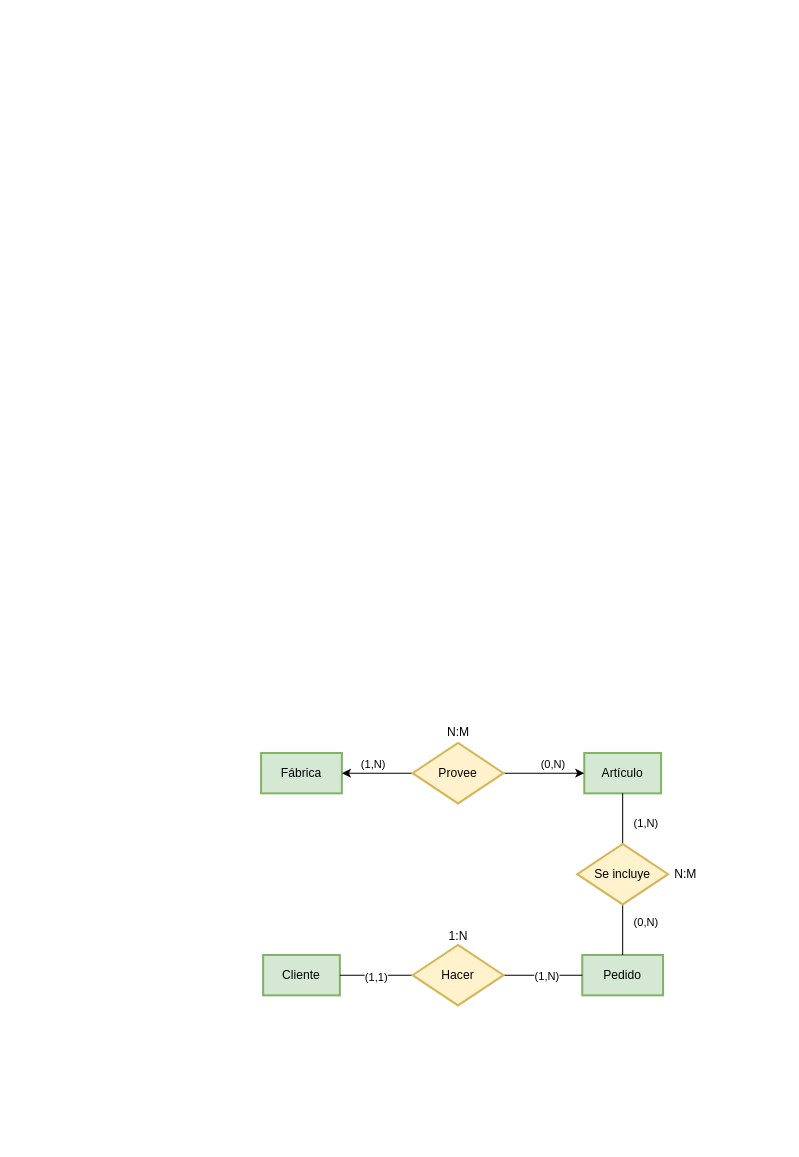
Earlier version of the draw.io diagram Sistema de Artículos - Encargos.drawio (Carball04/Trabajos-E-R). Source tidied: cells renumbered, new cells numbered last; positions are measured from the earlier drawing's top-left corner, leaving out a move shared by most shapes. Both pictures are drawn from the tidied source at 101%, with x=0, y=0 at pixel (261, 717).
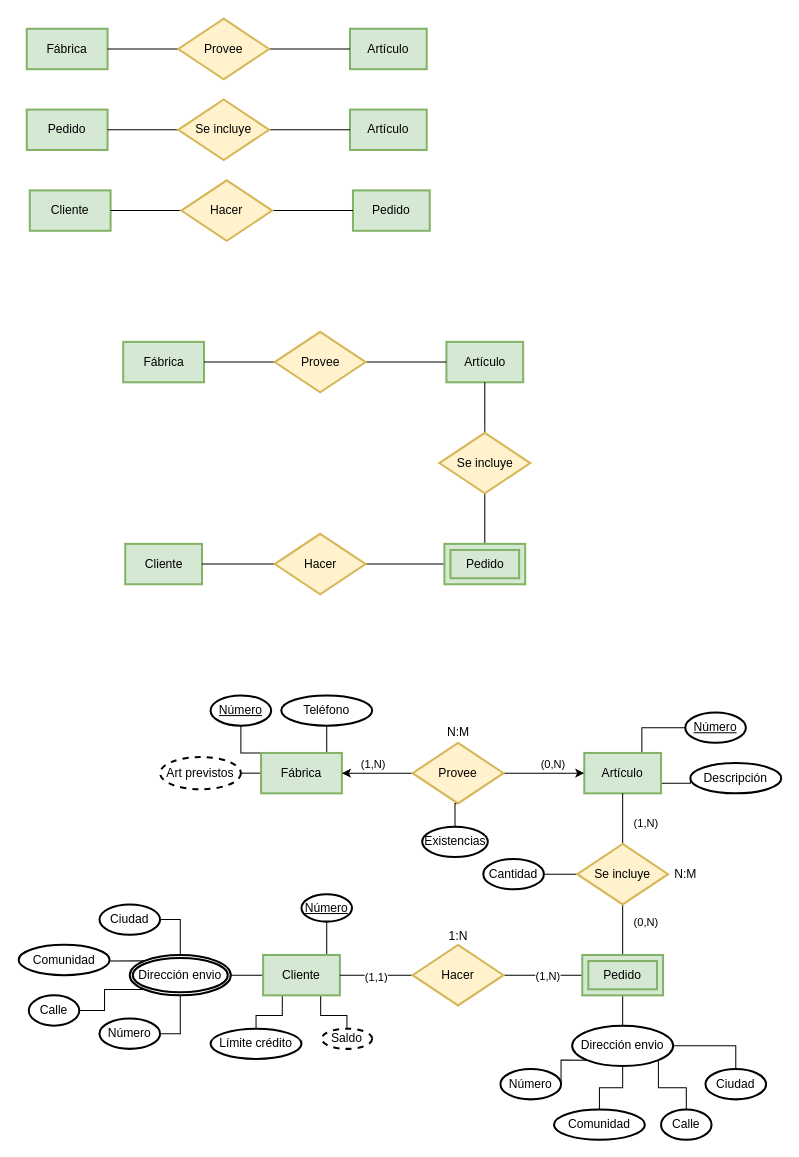
The same diagram, later.

The change refers to these unchanged cells:
```xml
<mxCell id="2" value="Fábrica" style="whiteSpace=wrap;html=1;align=center;fillColor=#d5e8d4;strokeColor=#82b366;strokeWidth=2;" parent="1" vertex="1">
  <mxGeometry y="35" width="80" height="40" as="geometry" />
</mxCell>
<mxCell id="3" value="Artículo" style="whiteSpace=wrap;html=1;align=center;fillColor=#d5e8d4;strokeColor=#82b366;strokeWidth=2;" parent="1" vertex="1">
  <mxGeometry x="320" y="35" width="76" height="40" as="geometry" />
</mxCell>
<mxCell id="8" value="Provee" style="shape=rhombus;perimeter=rhombusPerimeter;whiteSpace=wrap;html=1;align=center;fillColor=#fff2cc;strokeColor=#d6b656;strokeWidth=2;" parent="1" vertex="1">
  <mxGeometry x="150" y="25" width="90" height="60" as="geometry" />
</mxCell>
<mxCell id="15" value="Se incluye" style="shape=rhombus;perimeter=rhombusPerimeter;whiteSpace=wrap;html=1;align=center;fillColor=#fff2cc;strokeColor=#d6b656;strokeWidth=2;" parent="1" vertex="1">
  <mxGeometry x="313" y="125" width="90" height="60" as="geometry" />
</mxCell>
<mxCell id="17" value="Cliente" style="whiteSpace=wrap;html=1;align=center;fillColor=#d5e8d4;strokeColor=#82b366;strokeWidth=2;" parent="1" vertex="1">
  <mxGeometry x="2" y="235" width="76" height="40" as="geometry" />
</mxCell>
<mxCell id="22" value="Hacer" style="shape=rhombus;perimeter=rhombusPerimeter;whiteSpace=wrap;html=1;align=center;fillColor=#fff2cc;strokeColor=#d6b656;strokeWidth=2;" parent="1" vertex="1">
  <mxGeometry x="150" y="225" width="90" height="60" as="geometry" />
</mxCell>
```

Diff of the diagram source:
```diff
@@
+    <mxCell id="24" style="edgeStyle=orthogonalEdgeStyle;rounded=0;jettySize=auto;html=1;exitX=0;exitY=0.5;exitDx=0;exitDy=0;entryX=1;entryY=0.5;entryDx=0;entryDy=0;endArrow=none;endFill=0;" parent="1" edge="1" source="2" target="90">
+      <mxGeometry relative="1" as="geometry" />
+    </mxCell>
+    <mxCell id="25" style="edgeStyle=orthogonalEdgeStyle;rounded=0;jettySize=auto;html=1;exitX=0;exitY=0;exitDx=0;exitDy=0;entryX=0.5;entryY=1;entryDx=0;entryDy=0;endArrow=none;endFill=0;" parent="1" edge="1" source="2" target="91">
+      <mxGeometry relative="1" as="geometry" />
+    </mxCell>
+    <mxCell id="26" style="edgeStyle=orthogonalEdgeStyle;rounded=0;jettySize=auto;html=1;exitX=0.75;exitY=0;exitDx=0;exitDy=0;entryX=0.5;entryY=1;entryDx=0;entryDy=0;endArrow=none;endFill=0;" parent="1" edge="1" source="2" target="92">
+      <mxGeometry relative="1" as="geometry" />
+    </mxCell>
@@
+    <mxCell id="27" style="edgeStyle=orthogonalEdgeStyle;rounded=0;jettySize=auto;html=1;exitX=0.75;exitY=0;exitDx=0;exitDy=0;entryX=0;entryY=0.5;entryDx=0;entryDy=0;endArrow=none;endFill=0;" parent="1" edge="1" source="3" target="87">
+      <mxGeometry relative="1" as="geometry" />
+    </mxCell>
+    <mxCell id="28" style="edgeStyle=orthogonalEdgeStyle;rounded=0;jettySize=auto;html=1;exitX=1;exitY=0.75;exitDx=0;exitDy=0;entryX=0;entryY=0.5;entryDx=0;entryDy=0;endArrow=none;endFill=0;" parent="1" edge="1" source="3" target="88">
+      <mxGeometry relative="1" as="geometry" />
+    </mxCell>
@@
+    <mxCell id="29" style="edgeStyle=orthogonalEdgeStyle;rounded=0;jettySize=auto;html=1;exitX=0.5;exitY=1;exitDx=0;exitDy=0;entryX=0.5;entryY=0;entryDx=0;entryDy=0;endArrow=none;endFill=0;" parent="1" edge="1" source="8" target="89">
+      <mxGeometry relative="1" as="geometry" />
+    </mxCell>
@@
-    <mxCell id="10" value="Pedido" style="whiteSpace=wrap;html=1;align=center;fillColor=#d5e8d4;strokeColor=#82b366;strokeWidth=2;" parent="1" vertex="1">
-      <mxGeometry x="318" y="235" width="80" height="40" as="geometry" />
-    </mxCell>
@@
-    <mxCell id="13" style="edgeStyle=orthogonalEdgeStyle;rounded=0;jettySize=auto;html=1;exitX=0.5;exitY=1;exitDx=0;exitDy=0;entryX=0.5;entryY=0;entryDx=0;entryDy=0;endArrow=none;endFill=0;" parent="1" edge="1" source="15" target="10">
+    <mxCell id="13" style="edgeStyle=orthogonalEdgeStyle;rounded=0;jettySize=auto;html=1;exitX=0.5;exitY=1;exitDx=0;exitDy=0;entryX=0.5;entryY=0;entryDx=0;entryDy=0;endArrow=none;endFill=0;" parent="1" edge="1" source="15" target="36">
       <mxGeometry relative="1" as="geometry" />
     </mxCell>
@@
+    <mxCell id="30" style="edgeStyle=orthogonalEdgeStyle;rounded=0;jettySize=auto;html=1;exitX=0;exitY=0.5;exitDx=0;exitDy=0;entryX=1;entryY=0.5;entryDx=0;entryDy=0;endArrow=none;endFill=0;" parent="1" edge="1" source="15" target="86">
+      <mxGeometry relative="1" as="geometry" />
+    </mxCell>
@@
+    <mxCell id="31" style="edgeStyle=orthogonalEdgeStyle;rounded=0;jettySize=auto;html=1;exitX=0.75;exitY=1;exitDx=0;exitDy=0;entryX=0.5;entryY=0;entryDx=0;entryDy=0;endArrow=none;endFill=0;" parent="1" edge="1" source="17" target="65">
+      <mxGeometry relative="1" as="geometry" />
+    </mxCell>
+    <mxCell id="32" style="edgeStyle=orthogonalEdgeStyle;rounded=0;jettySize=auto;html=1;exitX=0.25;exitY=1;exitDx=0;exitDy=0;entryX=0.5;entryY=0;entryDx=0;entryDy=0;endArrow=none;endFill=0;" parent="1" edge="1" source="17" target="66">
+      <mxGeometry relative="1" as="geometry" />
+    </mxCell>
+    <mxCell id="33" style="edgeStyle=orthogonalEdgeStyle;rounded=0;jettySize=auto;html=1;exitX=0.75;exitY=0;exitDx=0;exitDy=0;entryX=0.5;entryY=1;entryDx=0;entryDy=0;endArrow=none;endFill=0;" parent="1" edge="1" source="17" target="67">
+      <mxGeometry relative="1" as="geometry" />
+    </mxCell>
+    <mxCell id="34" style="edgeStyle=orthogonalEdgeStyle;rounded=0;jettySize=auto;html=1;exitX=0;exitY=0.5;exitDx=0;exitDy=0;entryX=1;entryY=0.5;entryDx=0;entryDy=0;endArrow=none;endFill=0;" parent="1" edge="1" source="17" target="72">
+      <mxGeometry relative="1" as="geometry" />
+    </mxCell>
@@
-    <mxCell id="20" style="edgeStyle=orthogonalEdgeStyle;rounded=0;jettySize=auto;html=1;exitX=1;exitY=0.5;exitDx=0;exitDy=0;entryX=0;entryY=0.5;entryDx=0;entryDy=0;endArrow=none;endFill=0;" parent="1" edge="1" source="22" target="10">
-      <mxGeometry relative="1" as="geometry" />
+    <mxCell id="20" style="edgeStyle=orthogonalEdgeStyle;rounded=0;jettySize=auto;html=1;exitX=1;exitY=0.5;exitDx=0;exitDy=0;endArrow=none;endFill=0;" parent="1" edge="1" source="22">
+      <mxGeometry relative="1" as="geometry">
+        <mxPoint x="320" y="255" as="targetPoint" />
+      </mxGeometry>
     </mxCell>
@@
+    <mxCell id="35" style="edgeStyle=orthogonalEdgeStyle;rounded=0;jettySize=auto;html=1;exitX=0.5;exitY=1;exitDx=0;exitDy=0;entryX=0.5;entryY=0;entryDx=0;entryDy=0;endArrow=none;endFill=0;" parent="1" edge="1" source="36" target="81">
+      <mxGeometry relative="1" as="geometry" />
+    </mxCell>
+    <mxCell id="36" value="&lt;div&gt;Pedido&lt;/div&gt;" style="shape=ext;margin=3;double=1;whiteSpace=wrap;html=1;align=center;rounded=0;fillStyle=auto;fillColor=#d5e8d4;strokeColor=#82b366;strokeWidth=2;" parent="1" vertex="1">
+      <mxGeometry x="318" y="235" width="80" height="40" as="geometry" />
+    </mxCell>
+    <mxCell id="37" value="Fábrica" style="whiteSpace=wrap;html=1;align=center;fillColor=#d5e8d4;strokeColor=#82b366;strokeWidth=2;" parent="1" vertex="1">
+      <mxGeometry x="-136.5" y="-372" width="80" height="40" as="geometry" />
+    </mxCell>
+    <mxCell id="38" value="Artículo" style="whiteSpace=wrap;html=1;align=center;fillColor=#d5e8d4;strokeColor=#82b366;strokeWidth=2;" parent="1" vertex="1">
+      <mxGeometry x="183.5" y="-372" width="76" height="40" as="geometry" />
+    </mxCell>
+    <mxCell id="39" style="edgeStyle=orthogonalEdgeStyle;rounded=0;jettySize=auto;html=1;exitX=0;exitY=0.5;exitDx=0;exitDy=0;entryX=1;entryY=0.5;entryDx=0;entryDy=0;endArrow=none;endFill=0;" parent="1" edge="1" source="41" target="37">
+      <mxGeometry relative="1" as="geometry" />
+    </mxCell>
+    <mxCell id="40" style="edgeStyle=orthogonalEdgeStyle;rounded=0;jettySize=auto;html=1;exitX=1;exitY=0.5;exitDx=0;exitDy=0;entryX=0;entryY=0.5;entryDx=0;entryDy=0;endArrow=none;endFill=0;" parent="1" edge="1" source="41" target="38">
+      <mxGeometry relative="1" as="geometry" />
+    </mxCell>
+    <mxCell id="41" value="Provee" style="shape=rhombus;perimeter=rhombusPerimeter;whiteSpace=wrap;html=1;align=center;fillColor=#fff2cc;strokeColor=#d6b656;strokeWidth=2;" parent="1" vertex="1">
+      <mxGeometry x="13.5" y="-382" width="90" height="60" as="geometry" />
+    </mxCell>
+    <mxCell id="42" style="edgeStyle=orthogonalEdgeStyle;rounded=0;jettySize=auto;html=1;exitX=0.5;exitY=0;exitDx=0;exitDy=0;entryX=0.5;entryY=1;entryDx=0;entryDy=0;endArrow=none;endFill=0;" parent="1" edge="1" source="44" target="38">
+      <mxGeometry relative="1" as="geometry" />
+    </mxCell>
+    <mxCell id="43" style="edgeStyle=orthogonalEdgeStyle;rounded=0;jettySize=auto;html=1;exitX=0.5;exitY=1;exitDx=0;exitDy=0;entryX=0.5;entryY=0;entryDx=0;entryDy=0;endArrow=none;endFill=0;" parent="1" edge="1" source="44" target="49">
+      <mxGeometry relative="1" as="geometry" />
+    </mxCell>
+    <mxCell id="44" value="Se incluye" style="shape=rhombus;perimeter=rhombusPerimeter;whiteSpace=wrap;html=1;align=center;fillColor=#fff2cc;strokeColor=#d6b656;strokeWidth=2;" parent="1" vertex="1">
+      <mxGeometry x="176.5" y="-282" width="90" height="60" as="geometry" />
+    </mxCell>
+    <mxCell id="45" value="Cliente" style="whiteSpace=wrap;html=1;align=center;fillColor=#d5e8d4;strokeColor=#82b366;strokeWidth=2;" parent="1" vertex="1">
+      <mxGeometry x="-134.5" y="-172" width="76" height="40" as="geometry" />
+    </mxCell>
+    <mxCell id="46" style="edgeStyle=orthogonalEdgeStyle;rounded=0;jettySize=auto;html=1;exitX=0;exitY=0.5;exitDx=0;exitDy=0;entryX=1;entryY=0.5;entryDx=0;entryDy=0;endArrow=none;endFill=0;" parent="1" edge="1" source="48" target="45">
+      <mxGeometry relative="1" as="geometry" />
+    </mxCell>
+    <mxCell id="47" style="edgeStyle=orthogonalEdgeStyle;rounded=0;jettySize=auto;html=1;exitX=1;exitY=0.5;exitDx=0;exitDy=0;endArrow=none;endFill=0;" parent="1" edge="1" source="48">
+      <mxGeometry relative="1" as="geometry">
+        <mxPoint x="183.5" y="-152" as="targetPoint" />
+      </mxGeometry>
+    </mxCell>
+    <mxCell id="48" value="Hacer" style="shape=rhombus;perimeter=rhombusPerimeter;whiteSpace=wrap;html=1;align=center;fillColor=#fff2cc;strokeColor=#d6b656;strokeWidth=2;" parent="1" vertex="1">
+      <mxGeometry x="13.5" y="-182" width="90" height="60" as="geometry" />
+    </mxCell>
+    <mxCell id="49" value="&lt;div&gt;Pedido&lt;/div&gt;" style="shape=ext;margin=3;double=1;whiteSpace=wrap;html=1;align=center;rounded=0;fillStyle=auto;fillColor=#d5e8d4;strokeColor=#82b366;strokeWidth=2;" parent="1" vertex="1">
+      <mxGeometry x="181.5" y="-172" width="80" height="40" as="geometry" />
+    </mxCell>
+    <mxCell id="50" value="Fábrica" style="whiteSpace=wrap;html=1;align=center;fillColor=#d5e8d4;strokeColor=#82b366;strokeWidth=2;" parent="1" vertex="1">
+      <mxGeometry x="-232" y="-682" width="80" height="40" as="geometry" />
+    </mxCell>
+    <mxCell id="51" value="Artículo" style="whiteSpace=wrap;html=1;align=center;fillColor=#d5e8d4;strokeColor=#82b366;strokeWidth=2;" parent="1" vertex="1">
+      <mxGeometry x="88" y="-682" width="76" height="40" as="geometry" />
+    </mxCell>
+    <mxCell id="52" style="edgeStyle=orthogonalEdgeStyle;rounded=0;jettySize=auto;html=1;exitX=0;exitY=0.5;exitDx=0;exitDy=0;entryX=1;entryY=0.5;entryDx=0;entryDy=0;endArrow=none;endFill=0;" parent="1" edge="1" source="54" target="50">
+      <mxGeometry relative="1" as="geometry" />
+    </mxCell>
+    <mxCell id="53" style="edgeStyle=orthogonalEdgeStyle;rounded=0;jettySize=auto;html=1;exitX=1;exitY=0.5;exitDx=0;exitDy=0;entryX=0;entryY=0.5;entryDx=0;entryDy=0;endArrow=none;endFill=0;" parent="1" edge="1" source="54" target="51">
+      <mxGeometry relative="1" as="geometry" />
+    </mxCell>
+    <mxCell id="54" value="Provee" style="shape=rhombus;perimeter=rhombusPerimeter;whiteSpace=wrap;html=1;align=center;fillColor=#fff2cc;strokeColor=#d6b656;strokeWidth=2;" parent="1" vertex="1">
+      <mxGeometry x="-82" y="-692" width="90" height="60" as="geometry" />
+    </mxCell>
+    <mxCell id="55" value="Pedido" style="whiteSpace=wrap;html=1;align=center;fillColor=#d5e8d4;strokeColor=#82b366;strokeWidth=2;" parent="1" vertex="1">
+      <mxGeometry x="-232" y="-602" width="80" height="40" as="geometry" />
+    </mxCell>
+    <mxCell id="56" value="Artículo" style="whiteSpace=wrap;html=1;align=center;fillColor=#d5e8d4;strokeColor=#82b366;strokeWidth=2;" parent="1" vertex="1">
+      <mxGeometry x="88" y="-602" width="76" height="40" as="geometry" />
+    </mxCell>
+    <mxCell id="57" style="edgeStyle=orthogonalEdgeStyle;rounded=0;jettySize=auto;html=1;exitX=0;exitY=0.5;exitDx=0;exitDy=0;entryX=1;entryY=0.5;entryDx=0;entryDy=0;endArrow=none;endFill=0;" parent="1" edge="1" source="59" target="55">
+      <mxGeometry relative="1" as="geometry" />
+    </mxCell>
+    <mxCell id="58" style="edgeStyle=orthogonalEdgeStyle;rounded=0;jettySize=auto;html=1;exitX=1;exitY=0.5;exitDx=0;exitDy=0;entryX=0;entryY=0.5;entryDx=0;entryDy=0;endArrow=none;endFill=0;" parent="1" edge="1" source="59" target="56">
+      <mxGeometry relative="1" as="geometry" />
+    </mxCell>
+    <mxCell id="59" value="Se incluye" style="shape=rhombus;perimeter=rhombusPerimeter;whiteSpace=wrap;html=1;align=center;fillColor=#fff2cc;strokeColor=#d6b656;strokeWidth=2;" parent="1" vertex="1">
+      <mxGeometry x="-82" y="-612" width="90" height="60" as="geometry" />
+    </mxCell>
+    <mxCell id="60" value="Cliente" style="whiteSpace=wrap;html=1;align=center;fillColor=#d5e8d4;strokeColor=#82b366;strokeWidth=2;" parent="1" vertex="1">
+      <mxGeometry x="-229" y="-522" width="80" height="40" as="geometry" />
+    </mxCell>
+    <mxCell id="61" value="Pedido" style="whiteSpace=wrap;html=1;align=center;fillColor=#d5e8d4;strokeColor=#82b366;strokeWidth=2;" parent="1" vertex="1">
+      <mxGeometry x="91" y="-522" width="76" height="40" as="geometry" />
+    </mxCell>
+    <mxCell id="62" style="edgeStyle=orthogonalEdgeStyle;rounded=0;jettySize=auto;html=1;exitX=0;exitY=0.5;exitDx=0;exitDy=0;entryX=1;entryY=0.5;entryDx=0;entryDy=0;endArrow=none;endFill=0;" parent="1" edge="1" source="64" target="60">
+      <mxGeometry relative="1" as="geometry" />
+    </mxCell>
+    <mxCell id="63" style="edgeStyle=orthogonalEdgeStyle;rounded=0;jettySize=auto;html=1;exitX=1;exitY=0.5;exitDx=0;exitDy=0;entryX=0;entryY=0.5;entryDx=0;entryDy=0;endArrow=none;endFill=0;" parent="1" edge="1" source="64" target="61">
+      <mxGeometry relative="1" as="geometry" />
+    </mxCell>
+    <mxCell id="64" value="Hacer" style="shape=rhombus;perimeter=rhombusPerimeter;whiteSpace=wrap;html=1;align=center;fillColor=#fff2cc;strokeColor=#d6b656;strokeWidth=2;" parent="1" vertex="1">
+      <mxGeometry x="-79" y="-532" width="90" height="60" as="geometry" />
+    </mxCell>
+    <mxCell id="65" value="Saldo" style="ellipse;whiteSpace=wrap;html=1;align=center;dashed=1;rounded=0;fillStyle=auto;strokeWidth=2;gradientColor=none;" parent="1" vertex="1">
+      <mxGeometry x="60" y="308" width="50" height="20" as="geometry" />
+    </mxCell>
+    <mxCell id="66" value="Límite crédito" style="ellipse;whiteSpace=wrap;html=1;align=center;rounded=0;fillStyle=auto;strokeWidth=2;gradientColor=none;" parent="1" vertex="1">
+      <mxGeometry x="-50" y="308" width="90" height="30" as="geometry" />
+    </mxCell>
+    <mxCell id="67" value="Número" style="ellipse;whiteSpace=wrap;html=1;align=center;fontStyle=4;rounded=0;fillStyle=auto;strokeWidth=2;gradientColor=none;" parent="1" vertex="1">
+      <mxGeometry x="40" y="175" width="50" height="27" as="geometry" />
+    </mxCell>
+    <mxCell id="68" style="edgeStyle=orthogonalEdgeStyle;rounded=0;jettySize=auto;html=1;exitX=0.5;exitY=0;exitDx=0;exitDy=0;entryX=1;entryY=0.5;entryDx=0;entryDy=0;endArrow=none;endFill=0;" parent="1" edge="1" source="72" target="73">
+      <mxGeometry relative="1" as="geometry" />
+    </mxCell>
+    <mxCell id="69" style="edgeStyle=orthogonalEdgeStyle;rounded=0;jettySize=auto;html=1;exitX=0;exitY=0;exitDx=0;exitDy=0;entryX=1;entryY=0.5;entryDx=0;entryDy=0;endArrow=none;endFill=0;" parent="1" edge="1" source="72" target="74">
+      <mxGeometry relative="1" as="geometry" />
+    </mxCell>
+    <mxCell id="70" style="edgeStyle=orthogonalEdgeStyle;rounded=0;jettySize=auto;html=1;exitX=0;exitY=1;exitDx=0;exitDy=0;entryX=1;entryY=0.5;entryDx=0;entryDy=0;endArrow=none;endFill=0;" parent="1" edge="1" source="72" target="76">
+      <mxGeometry relative="1" as="geometry" />
+    </mxCell>
+    <mxCell id="71" style="edgeStyle=orthogonalEdgeStyle;rounded=0;jettySize=auto;html=1;exitX=0.5;exitY=1;exitDx=0;exitDy=0;entryX=1;entryY=0.5;entryDx=0;entryDy=0;endArrow=none;endFill=0;" parent="1" edge="1" source="72" target="75">
+      <mxGeometry relative="1" as="geometry" />
+    </mxCell>
+    <mxCell id="72" value="Dirección envio" style="ellipse;shape=doubleEllipse;margin=3;whiteSpace=wrap;html=1;align=center;rounded=0;fillStyle=auto;strokeWidth=2;gradientColor=none;" parent="1" vertex="1">
+      <mxGeometry x="-130" y="235" width="100" height="40" as="geometry" />
+    </mxCell>
+    <mxCell id="73" value="Ciudad" style="ellipse;whiteSpace=wrap;html=1;align=center;rounded=0;fillStyle=auto;strokeWidth=2;gradientColor=none;" parent="1" vertex="1">
+      <mxGeometry x="-160" y="185" width="60" height="30" as="geometry" />
+    </mxCell>
+    <mxCell id="74" value="Comunidad" style="ellipse;whiteSpace=wrap;html=1;align=center;rounded=0;fillStyle=auto;strokeWidth=2;gradientColor=none;" parent="1" vertex="1">
+      <mxGeometry x="-240" y="225" width="90" height="30" as="geometry" />
+    </mxCell>
+    <mxCell id="75" value="Número" style="ellipse;whiteSpace=wrap;html=1;align=center;rounded=0;fillStyle=auto;strokeWidth=2;gradientColor=none;" parent="1" vertex="1">
+      <mxGeometry x="-160" y="298" width="60" height="30" as="geometry" />
+    </mxCell>
+    <mxCell id="76" value="Calle" style="ellipse;whiteSpace=wrap;html=1;align=center;rounded=0;fillStyle=auto;strokeWidth=2;gradientColor=none;" parent="1" vertex="1">
+      <mxGeometry x="-230" y="275" width="50" height="30" as="geometry" />
+    </mxCell>
+    <mxCell id="77" style="edgeStyle=orthogonalEdgeStyle;rounded=0;jettySize=auto;html=1;exitX=0;exitY=1;exitDx=0;exitDy=0;entryX=1;entryY=0.5;entryDx=0;entryDy=0;endArrow=none;endFill=0;" parent="1" edge="1" source="81" target="82">
+      <mxGeometry relative="1" as="geometry" />
+    </mxCell>
+    <mxCell id="78" style="edgeStyle=orthogonalEdgeStyle;rounded=0;jettySize=auto;html=1;exitX=0.5;exitY=1;exitDx=0;exitDy=0;entryX=0.5;entryY=0;entryDx=0;entryDy=0;endArrow=none;endFill=0;" parent="1" edge="1" source="81" target="84">
+      <mxGeometry relative="1" as="geometry" />
+    </mxCell>
+    <mxCell id="79" style="edgeStyle=orthogonalEdgeStyle;rounded=0;jettySize=auto;html=1;exitX=1;exitY=1;exitDx=0;exitDy=0;entryX=0.5;entryY=0;entryDx=0;entryDy=0;endArrow=none;endFill=0;" parent="1" edge="1" source="81" target="83">
+      <mxGeometry relative="1" as="geometry" />
+    </mxCell>
+    <mxCell id="80" style="edgeStyle=orthogonalEdgeStyle;rounded=0;jettySize=auto;html=1;exitX=1;exitY=0.5;exitDx=0;exitDy=0;entryX=0.5;entryY=0;entryDx=0;entryDy=0;endArrow=none;endFill=0;" parent="1" edge="1" source="81" target="85">
+      <mxGeometry relative="1" as="geometry" />
+    </mxCell>
+    <mxCell id="81" value="Dirección envio" style="ellipse;whiteSpace=wrap;html=1;align=center;rounded=0;fillStyle=auto;strokeWidth=2;gradientColor=none;" parent="1" vertex="1">
+      <mxGeometry x="308" y="305" width="100" height="40" as="geometry" />
+    </mxCell>
+    <mxCell id="82" value="Número" style="ellipse;whiteSpace=wrap;html=1;align=center;rounded=0;fillStyle=auto;strokeWidth=2;gradientColor=none;" parent="1" vertex="1">
+      <mxGeometry x="237" y="348" width="60" height="30" as="geometry" />
+    </mxCell>
+    <mxCell id="83" value="Calle" style="ellipse;whiteSpace=wrap;html=1;align=center;rounded=0;fillStyle=auto;strokeWidth=2;gradientColor=none;" parent="1" vertex="1">
+      <mxGeometry x="396" y="388" width="50" height="30" as="geometry" />
+    </mxCell>
+    <mxCell id="84" value="Comunidad" style="ellipse;whiteSpace=wrap;html=1;align=center;rounded=0;fillStyle=auto;strokeWidth=2;gradientColor=none;" parent="1" vertex="1">
+      <mxGeometry x="290" y="388" width="90" height="30" as="geometry" />
+    </mxCell>
+    <mxCell id="85" value="Ciudad" style="ellipse;whiteSpace=wrap;html=1;align=center;rounded=0;fillStyle=auto;strokeWidth=2;gradientColor=none;" parent="1" vertex="1">
+      <mxGeometry x="440" y="348" width="60" height="30" as="geometry" />
+    </mxCell>
+    <mxCell id="86" value="Cantidad" style="ellipse;whiteSpace=wrap;html=1;align=center;rounded=0;fillStyle=auto;strokeWidth=2;gradientColor=none;" parent="1" vertex="1">
+      <mxGeometry x="220" y="140" width="60" height="30" as="geometry" />
+    </mxCell>
+    <mxCell id="87" value="Número" style="ellipse;whiteSpace=wrap;html=1;align=center;rounded=0;fillStyle=auto;strokeWidth=2;gradientColor=none;fontStyle=4;" parent="1" vertex="1">
+      <mxGeometry x="420" y="-5" width="60" height="30" as="geometry" />
+    </mxCell>
+    <mxCell id="88" value="Descripción" style="ellipse;whiteSpace=wrap;html=1;align=center;rounded=0;fillStyle=auto;strokeWidth=2;gradientColor=none;" parent="1" vertex="1">
+      <mxGeometry x="425" y="45" width="90" height="30" as="geometry" />
+    </mxCell>
+    <mxCell id="89" value="Existencias" style="ellipse;whiteSpace=wrap;html=1;align=center;rounded=0;fillStyle=auto;strokeWidth=2;gradientColor=none;" parent="1" vertex="1">
+      <mxGeometry x="159.5" y="108" width="65" height="30" as="geometry" />
+    </mxCell>
+    <mxCell id="90" value="Art previstos" style="ellipse;whiteSpace=wrap;html=1;align=center;dashed=1;rounded=0;fillStyle=auto;strokeWidth=2;gradientColor=none;" parent="1" vertex="1">
+      <mxGeometry x="-100" y="39" width="80" height="32" as="geometry" />
+    </mxCell>
+    <mxCell id="91" value="Número" style="ellipse;whiteSpace=wrap;html=1;align=center;rounded=0;fillStyle=auto;strokeWidth=2;gradientColor=none;fontStyle=4;" parent="1" vertex="1">
+      <mxGeometry x="-50" y="-22" width="60" height="30" as="geometry" />
+    </mxCell>
+    <mxCell id="92" value="Teléfono" style="ellipse;whiteSpace=wrap;html=1;align=center;rounded=0;fillStyle=auto;strokeWidth=2;gradientColor=none;" parent="1" vertex="1">
+      <mxGeometry x="20" y="-22" width="90" height="30" as="geometry" />
+    </mxCell>
```
